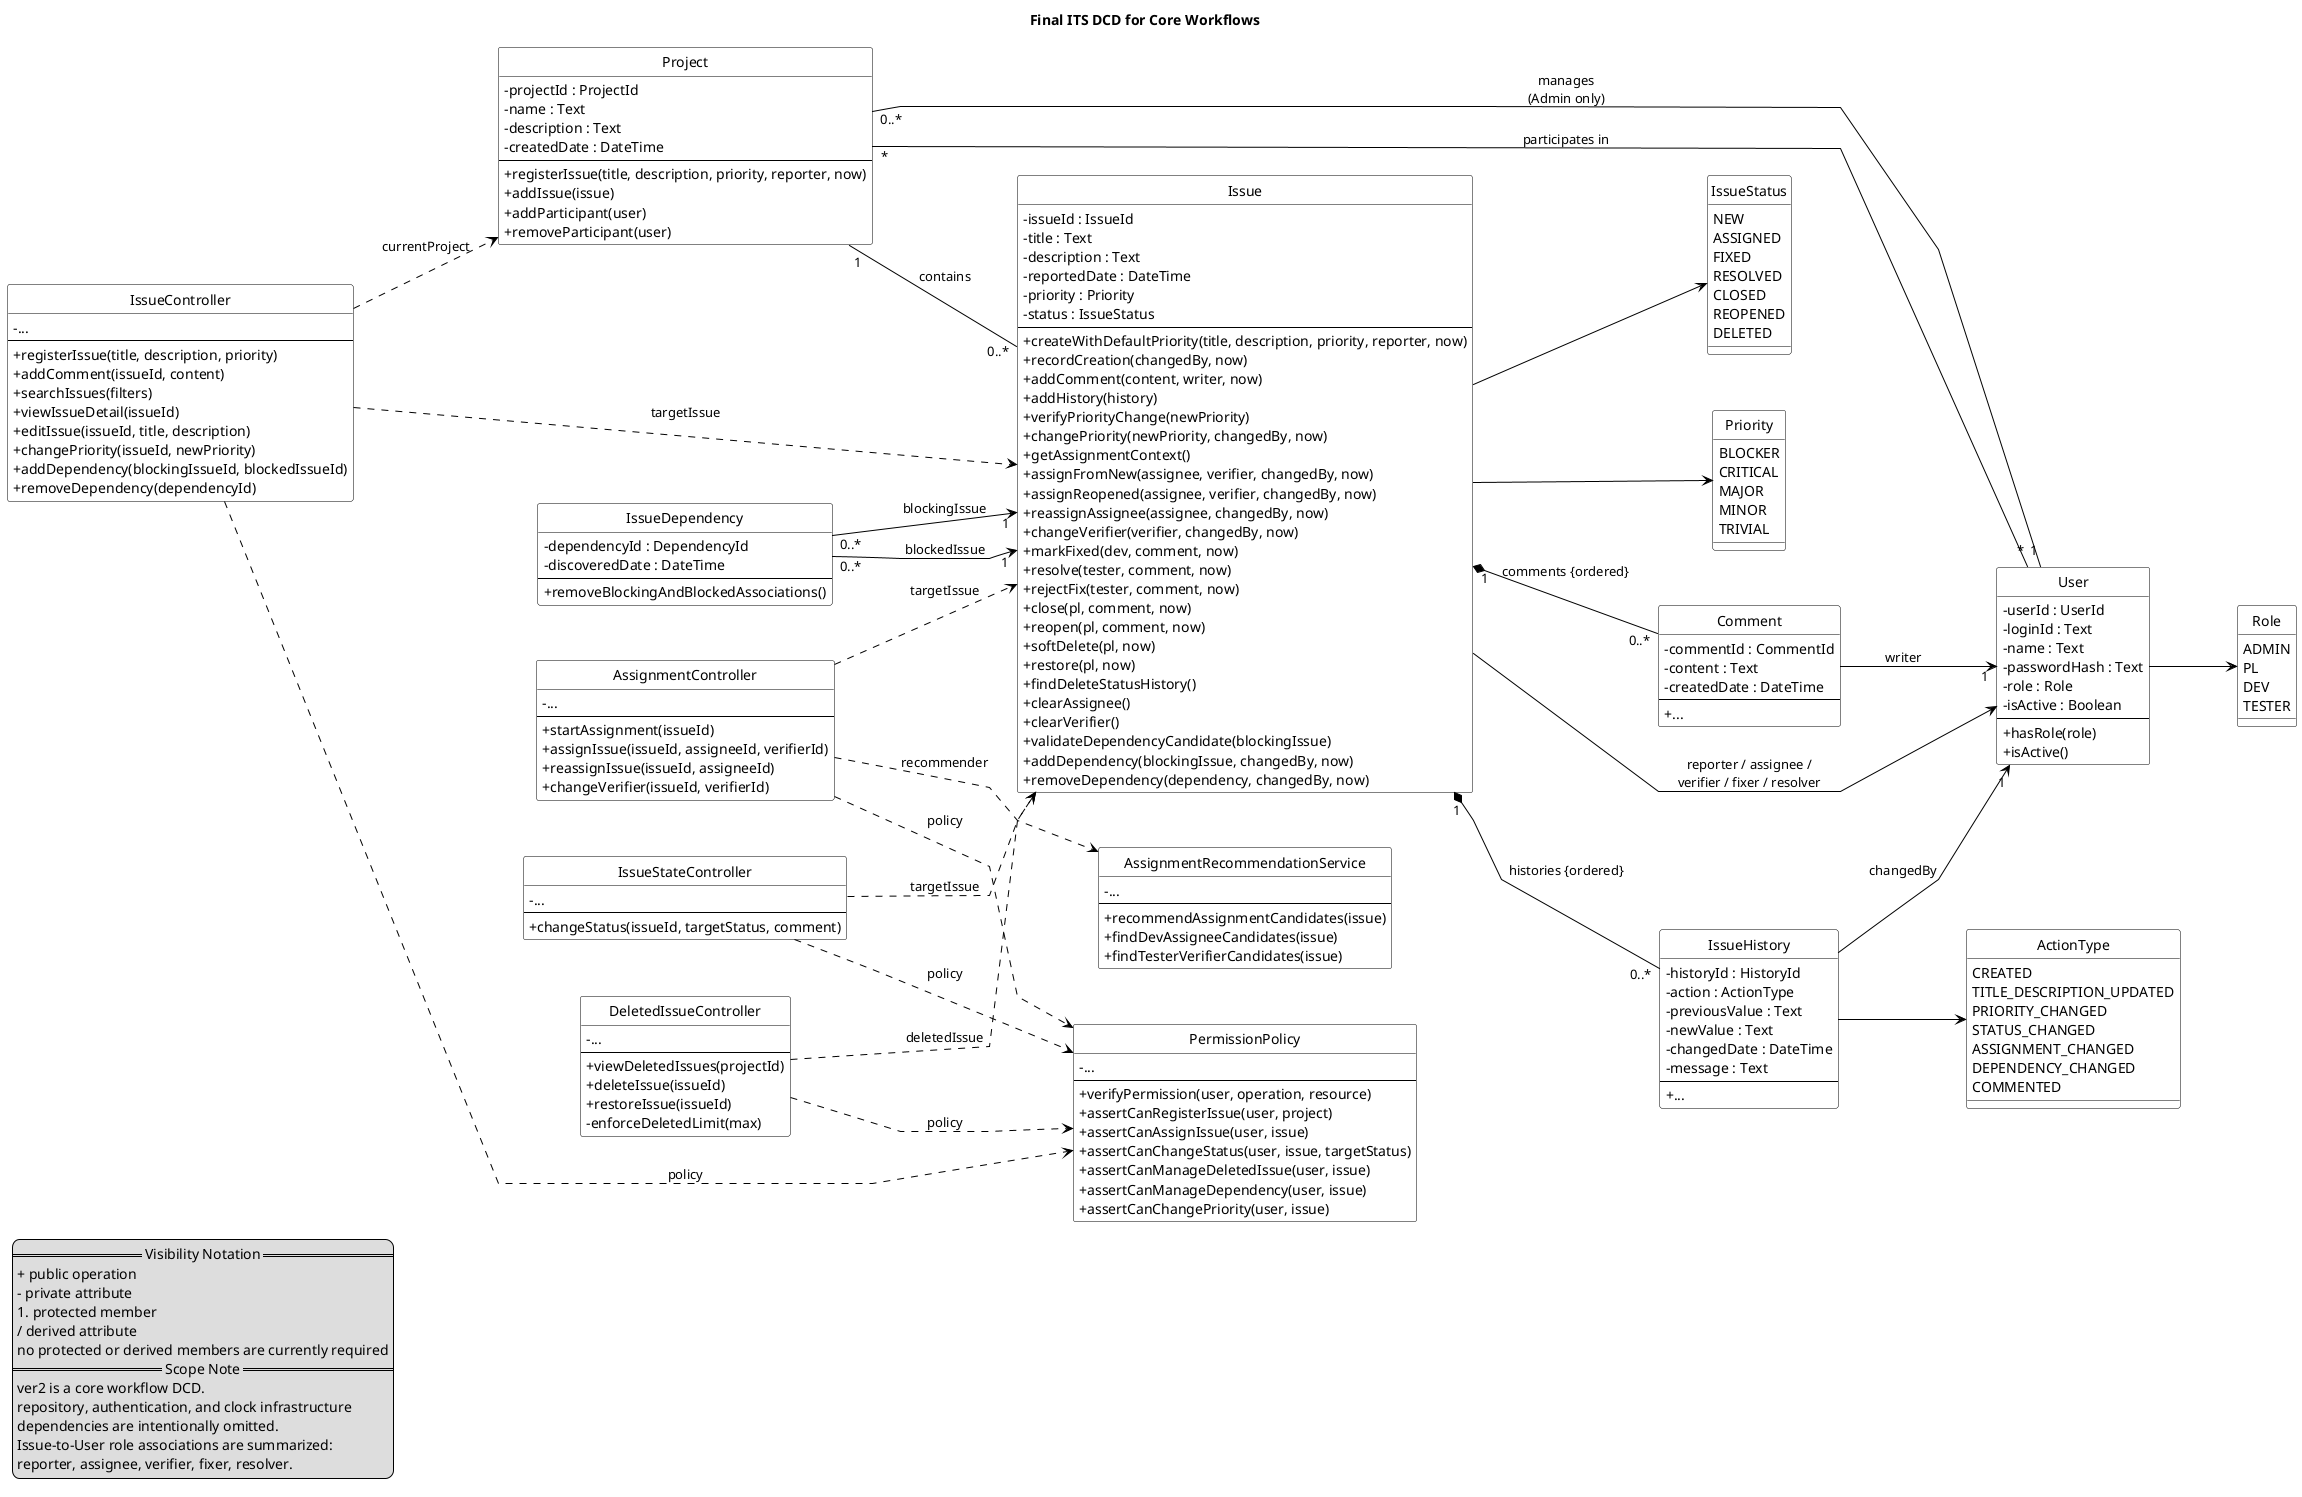
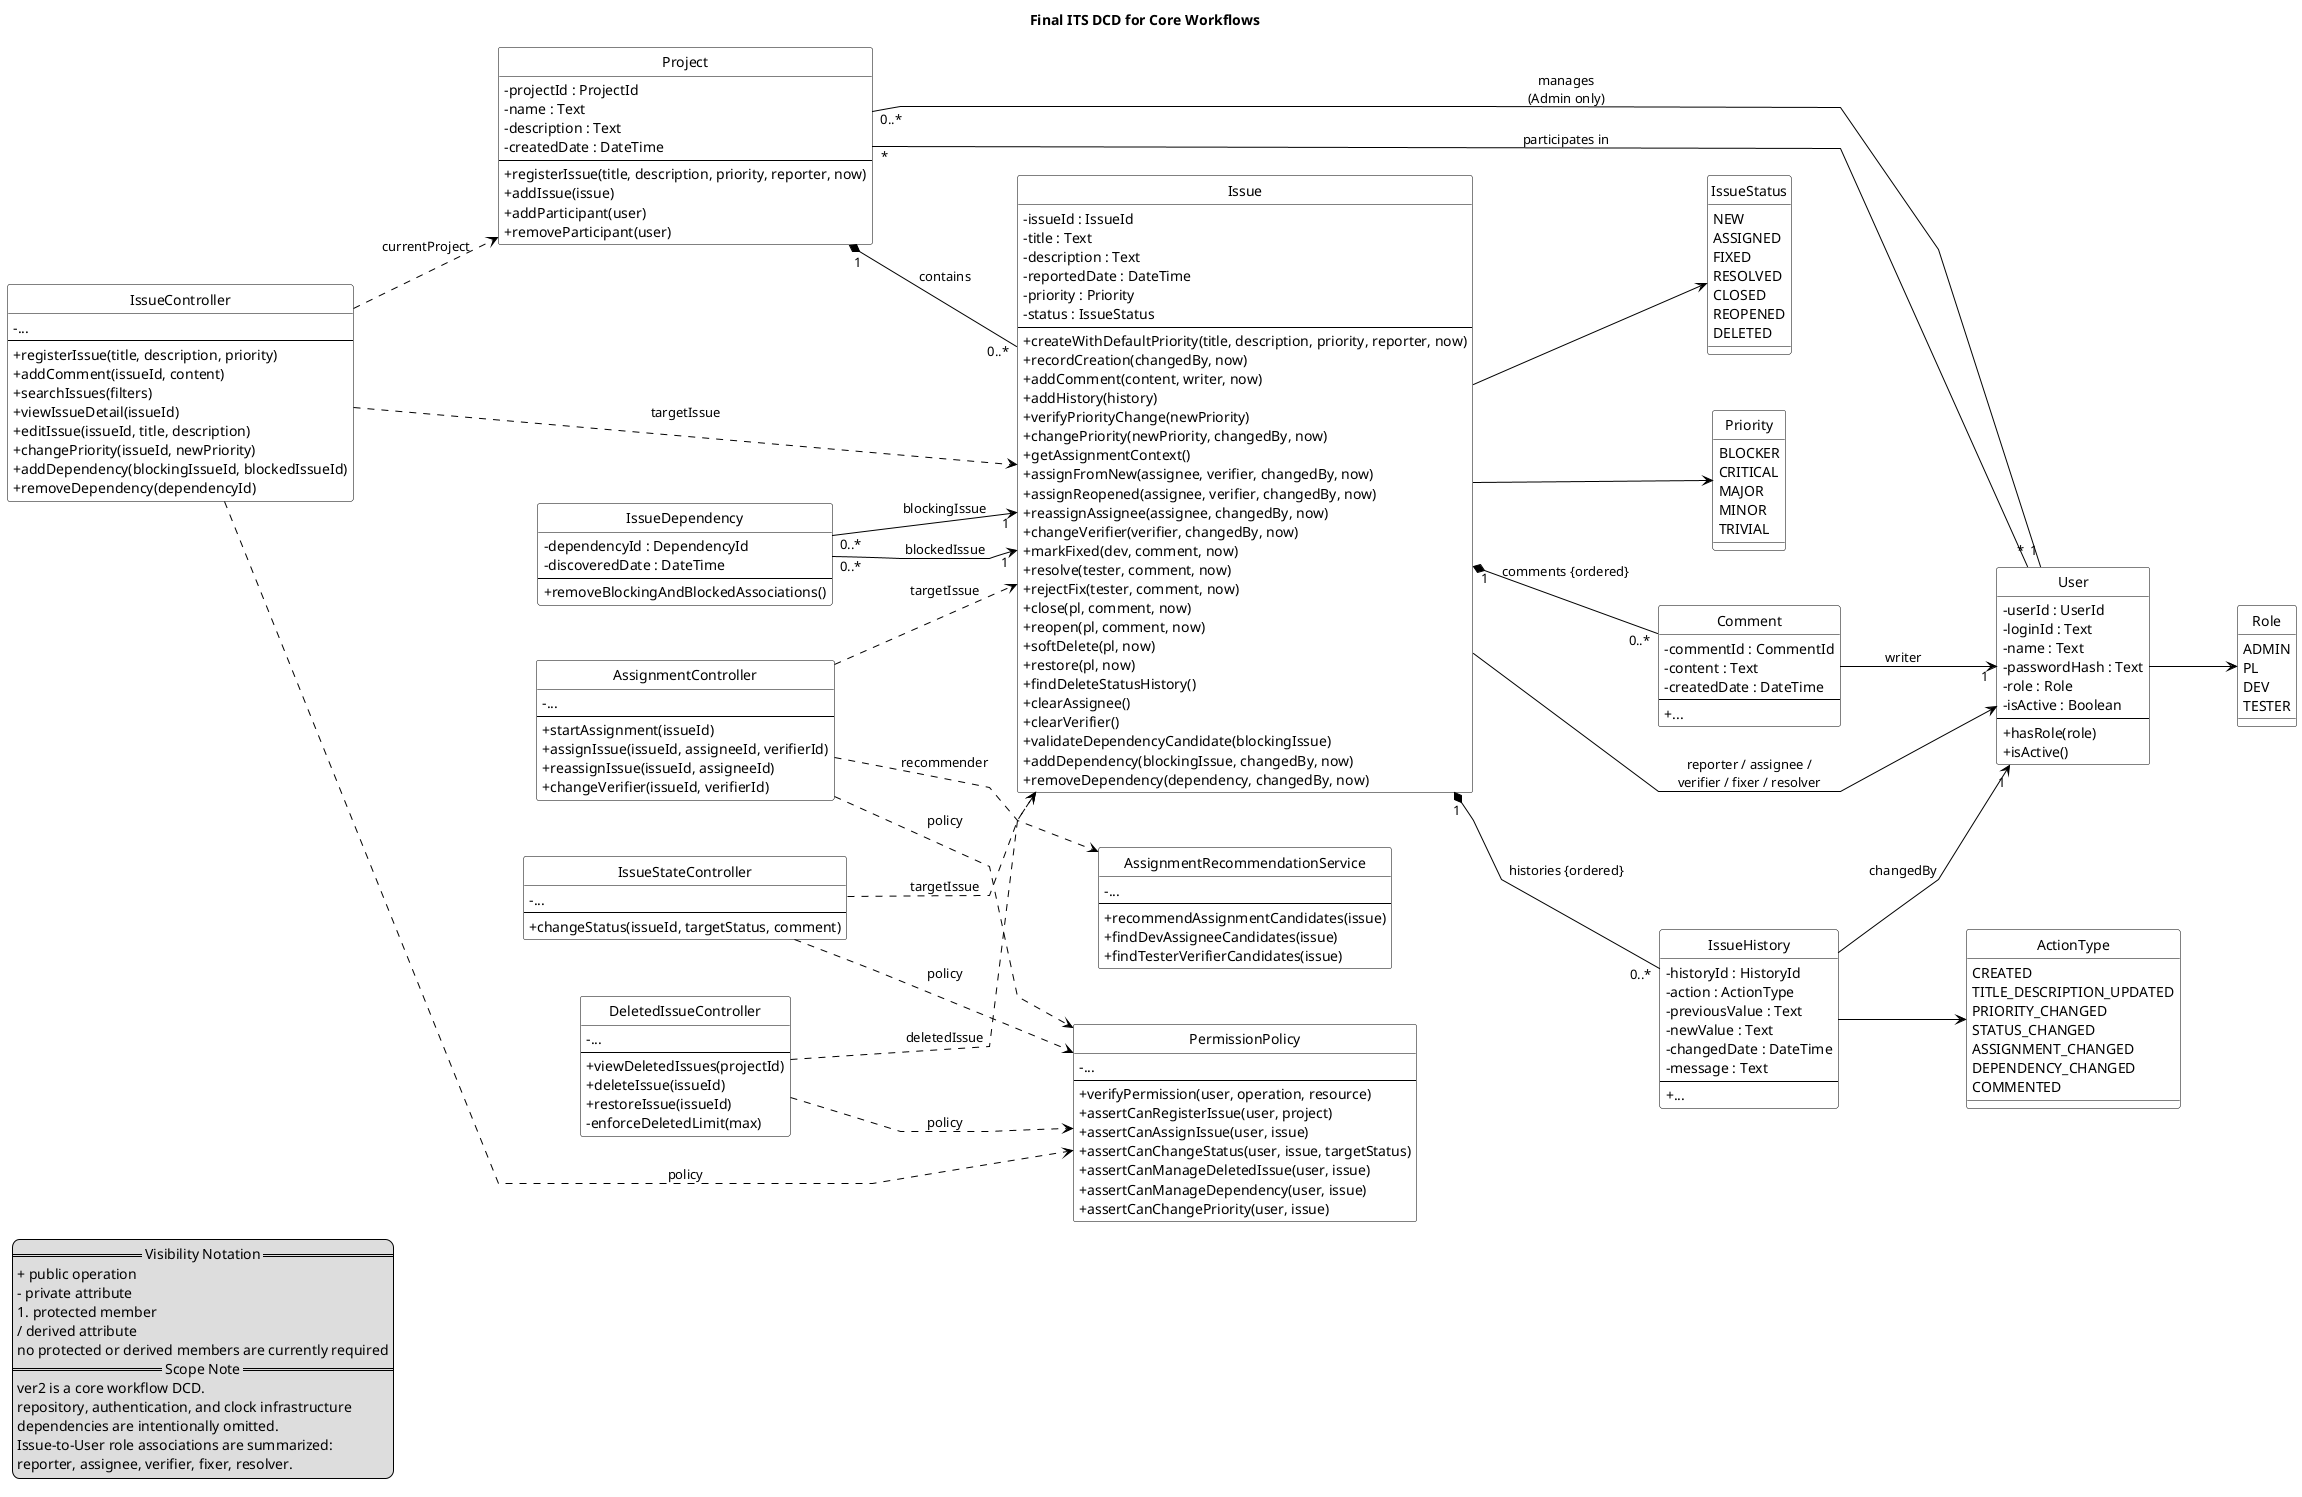
@startuml its_dcd_ver2

title Final ITS DCD for Core Workflows

left to right direction
hide circle
hide stereotype
skinparam monochrome true
skinparam shadowing false
skinparam classAttributeIconSize 0
skinparam linetype polyline
skinparam nodesep 55
skinparam ranksep 55
skinparam class {
  BackgroundColor white
  BorderColor black
  FontColor black
  ArrowColor black
}

legend left
  == Visibility Notation ==
  + public operation
  - private attribute
  # protected member
  / derived attribute
  no protected or derived members are currently required
  == Scope Note ==
  ver2 is a core workflow DCD.
  repository, authentication, and clock infrastructure
  dependencies are intentionally omitted.
  Issue-to-User role associations are summarized:
  reporter, assignee, verifier, fixer, resolver.
endlegend

class Project {
  - projectId : ProjectId
  - name : Text
  - description : Text
  - createdDate : DateTime
  --
  + registerIssue(title, description, priority, reporter, now)
  + addIssue(issue)
  + addParticipant(user)
  + removeParticipant(user)
}

class IssueController {
  - ...
  --
  + registerIssue(title, description, priority)
  + addComment(issueId, content)
  + searchIssues(filters)
  + viewIssueDetail(issueId)
  + editIssue(issueId, title, description)
  + changePriority(issueId, newPriority)
  + addDependency(blockingIssueId, blockedIssueId)
  + removeDependency(dependencyId)
}

class AssignmentController {
  - ...
  --
  + startAssignment(issueId)
  + assignIssue(issueId, assigneeId, verifierId)
  + reassignIssue(issueId, assigneeId)
  + changeVerifier(issueId, verifierId)
}

class IssueStateController {
  - ...
  --
  + changeStatus(issueId, targetStatus, comment)
}

class DeletedIssueController {
  - ...
  --
  + viewDeletedIssues(projectId)
  + deleteIssue(issueId)
  + restoreIssue(issueId)
  - enforceDeletedLimit(max)
}

class PermissionPolicy {
  - ...
  --
  + verifyPermission(user, operation, resource)
  + assertCanRegisterIssue(user, project)
  + assertCanAssignIssue(user, issue)
  + assertCanChangeStatus(user, issue, targetStatus)
  + assertCanManageDeletedIssue(user, issue)
  + assertCanManageDependency(user, issue)
  + assertCanChangePriority(user, issue)
}

class AssignmentRecommendationService {
  - ...
  --
  + recommendAssignmentCandidates(issue)
  + findDevAssigneeCandidates(issue)
  + findTesterVerifierCandidates(issue)
}

class Issue {
  - issueId : IssueId
  - title : Text
  - description : Text
  - reportedDate : DateTime
  - priority : Priority
  - status : IssueStatus
  --
  + createWithDefaultPriority(title, description, priority, reporter, now)
  + recordCreation(changedBy, now)
  + addComment(content, writer, now)
  + addHistory(history)
  + verifyPriorityChange(newPriority)
  + changePriority(newPriority, changedBy, now)
  + getAssignmentContext()
  + assignFromNew(assignee, verifier, changedBy, now)
  + assignReopened(assignee, verifier, changedBy, now)
  + reassignAssignee(assignee, changedBy, now)
  + changeVerifier(verifier, changedBy, now)
  + markFixed(dev, comment, now)
  + resolve(tester, comment, now)
  + rejectFix(tester, comment, now)
  + close(pl, comment, now)
  + reopen(pl, comment, now)
  + softDelete(pl, now)
  + restore(pl, now)
  + findDeleteStatusHistory()
  + clearAssignee()
  + clearVerifier()
  + validateDependencyCandidate(blockingIssue)
  + addDependency(blockingIssue, changedBy, now)
  + removeDependency(dependency, changedBy, now)
}

class Comment {
  - commentId : CommentId
  - content : Text
  - createdDate : DateTime
  --
  + ...
}

class IssueHistory {
  - historyId : HistoryId
  - action : ActionType
  - previousValue : Text
  - newValue : Text
  - changedDate : DateTime
  - message : Text
  --
  + ...
}

class IssueDependency {
  - dependencyId : DependencyId
  - discoveredDate : DateTime
  --
  + removeBlockingAndBlockedAssociations()
}

class User {
  - userId : UserId
  - loginId : Text
  - name : Text
  - passwordHash : Text
  - role : Role
  - isActive : Boolean
  --
  + hasRole(role)
  + isActive()
}

enum Role {
  ADMIN
  PL
  DEV
  TESTER
}

enum IssueStatus {
  NEW
  ASSIGNED
  FIXED
  RESOLVED
  CLOSED
  REOPENED
  DELETED
}

enum Priority {
  BLOCKER
  CRITICAL
  MAJOR
  MINOR
  TRIVIAL
}

enum ActionType {
  CREATED
  TITLE_DESCRIPTION_UPDATED
  PRIORITY_CHANGED
  STATUS_CHANGED
  ASSIGNMENT_CHANGED
  DEPENDENCY_CHANGED
  COMMENTED
}

IssueController ..> Project : currentProject
IssueController ..> Issue : targetIssue
IssueController ..> PermissionPolicy : policy

AssignmentController ..> Issue : targetIssue
AssignmentController ..> PermissionPolicy : policy
AssignmentController ..> AssignmentRecommendationService : recommender

IssueStateController ..> Issue : targetIssue
IssueStateController ..> PermissionPolicy : policy

DeletedIssueController ..> Issue : deletedIssue
DeletedIssueController ..> PermissionPolicy : policy

- Project "1" -- "0..*" Issue : contains
+ Project "1" *-- "0..*" Issue : contains
User "*" -- "*" Project : participates in
User "1" -- "0..*" Project : manages\n(Admin only)

Issue "1" *-- "0..*" Comment : comments {ordered}
Issue "1" *-- "0..*" IssueHistory : histories {ordered}

IssueDependency "0..*" --> "1" Issue : blockingIssue
IssueDependency "0..*" --> "1" Issue : blockedIssue
- 

Issue --> User : reporter / assignee /\nverifier / fixer / resolver

Comment --> "1" User : writer
IssueHistory --> "1" User : changedBy

Issue --> IssueStatus
Issue --> Priority
IssueHistory --> ActionType
User --> Role

@enduml
